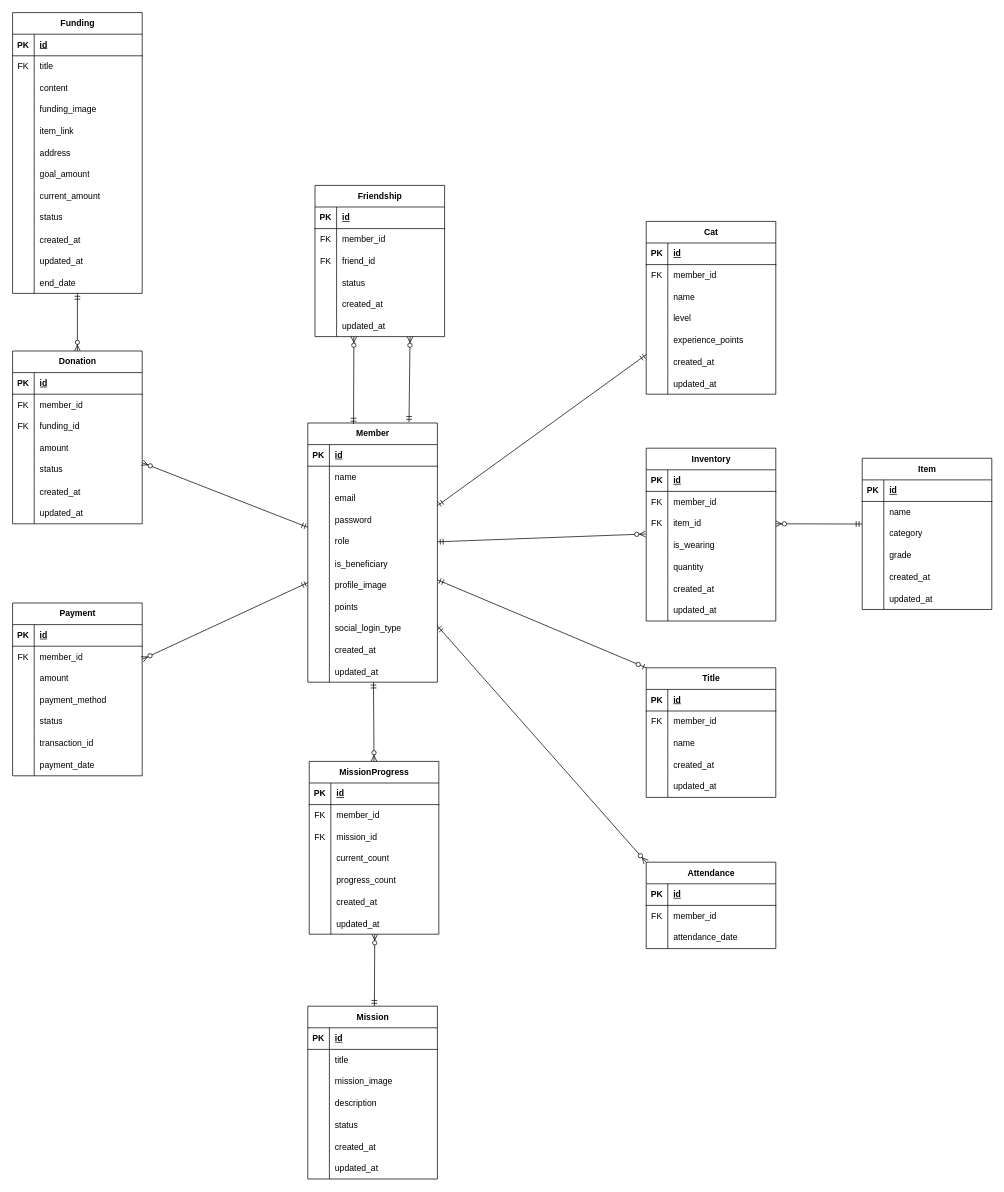
The draw.io diagram ChaeumERD.drawio in 2025-Advanced-Capstone-Chaeum/ERD, before the edit. Source tidied: cells renumbered, new cells numbered last; positions are measured from the earlier drawing's top-left corner, leaving out a move shared by most shapes. Both pictures are drawn from the tidied source at 72%, with x=0, y=0 at pixel (12, 12).
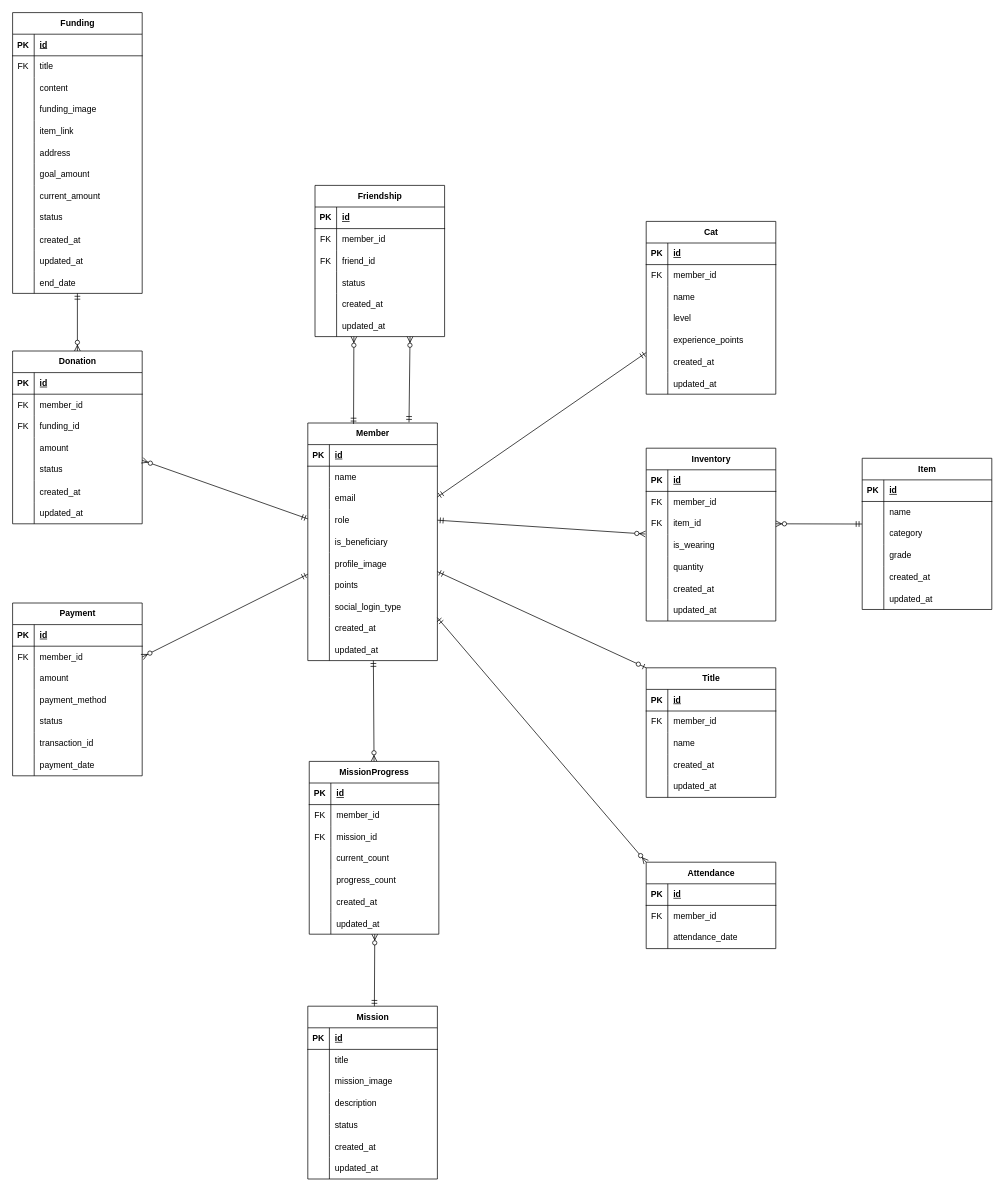
The same diagram, later.

Commit message:
docs(ERD): member 테이블 password 칼럼 삭제

Diff of the diagram source:
```diff
@@
     <mxCell id="2" value="Member" style="shape=table;startSize=30;childLayout=tableLayout;rowLines=0;fontStyle=1;align=center;html=1;" parent="1" vertex="1">
-      <mxGeometry x="410" y="570" width="180" height="360" as="geometry" />
+      <mxGeometry x="410" y="570" width="180" height="330" as="geometry" />
     </mxCell>
@@
-    <mxCell id="12" style="shape=tableRow;horizontal=0;startSize=0;swimlaneHead=0;swimlaneBody=0;fillColor=none;top=0;left=0;right=0;bottom=0;" parent="2" vertex="1">
-      <mxGeometry y="120" width="180" height="30" as="geometry" />
-    </mxCell>
-    <mxCell id="13" style="shape=partialRectangle;fillColor=none;top=0;left=0;bottom=0;right=0;overflow=hidden;whiteSpace=wrap;html=1;" parent="12" vertex="1">
-      <mxGeometry width="30" height="30" as="geometry" />
-    </mxCell>
-    <mxCell id="14" value="password" style="shape=partialRectangle;fillColor=none;top=0;left=0;bottom=0;right=0;align=left;spacingLeft=6;overflow=hidden;whiteSpace=wrap;html=1;" parent="12" vertex="1">
-      <mxGeometry x="30" width="150" height="30" as="geometry" />
-    </mxCell>
     <mxCell id="15" style="shape=tableRow;horizontal=0;startSize=0;swimlaneHead=0;swimlaneBody=0;fillColor=none;points=[[0,0.5],[1,0.5]];portConstraint=eastwest;top=0;left=0;right=0;bottom=0;" parent="2" vertex="1">
-      <mxGeometry y="150" width="180" height="30" as="geometry" />
+      <mxGeometry y="120" width="180" height="30" as="geometry" />
     </mxCell>
@@
     <mxCell id="18" style="shape=tableRow;horizontal=0;startSize=0;swimlaneHead=0;swimlaneBody=0;fillColor=none;top=0;left=0;right=0;bottom=0;" parent="2" vertex="1">
-      <mxGeometry y="180" width="180" height="30" as="geometry" />
+      <mxGeometry y="150" width="180" height="30" as="geometry" />
     </mxCell>
@@
     <mxCell id="21" style="shape=tableRow;horizontal=0;startSize=0;swimlaneHead=0;swimlaneBody=0;fillColor=none;top=0;left=0;right=0;bottom=0;" parent="2" vertex="1">
-      <mxGeometry y="210" width="180" height="30" as="geometry" />
+      <mxGeometry y="180" width="180" height="30" as="geometry" />
     </mxCell>
@@
     <mxCell id="24" style="shape=tableRow;horizontal=0;startSize=0;swimlaneHead=0;swimlaneBody=0;fillColor=none;top=0;left=0;right=0;bottom=0;" parent="2" vertex="1">
-      <mxGeometry y="240" width="180" height="30" as="geometry" />
+      <mxGeometry y="210" width="180" height="30" as="geometry" />
     </mxCell>
@@
     <mxCell id="27" style="shape=tableRow;horizontal=0;startSize=0;swimlaneHead=0;swimlaneBody=0;fillColor=none;top=0;left=0;right=0;bottom=0;" parent="2" vertex="1">
-      <mxGeometry y="270" width="180" height="30" as="geometry" />
+      <mxGeometry y="240" width="180" height="30" as="geometry" />
     </mxCell>
@@
     <mxCell id="30" style="shape=tableRow;horizontal=0;startSize=0;swimlaneHead=0;swimlaneBody=0;fillColor=none;top=0;left=0;right=0;bottom=0;" parent="2" vertex="1">
-      <mxGeometry y="300" width="180" height="30" as="geometry" />
+      <mxGeometry y="270" width="180" height="30" as="geometry" />
     </mxCell>
@@
     <mxCell id="33" style="shape=tableRow;horizontal=0;startSize=0;swimlaneHead=0;swimlaneBody=0;fillColor=none;top=0;left=0;right=0;bottom=0;" parent="2" vertex="1">
-      <mxGeometry y="330" width="180" height="30" as="geometry" />
+      <mxGeometry y="300" width="180" height="30" as="geometry" />
     </mxCell>
```
